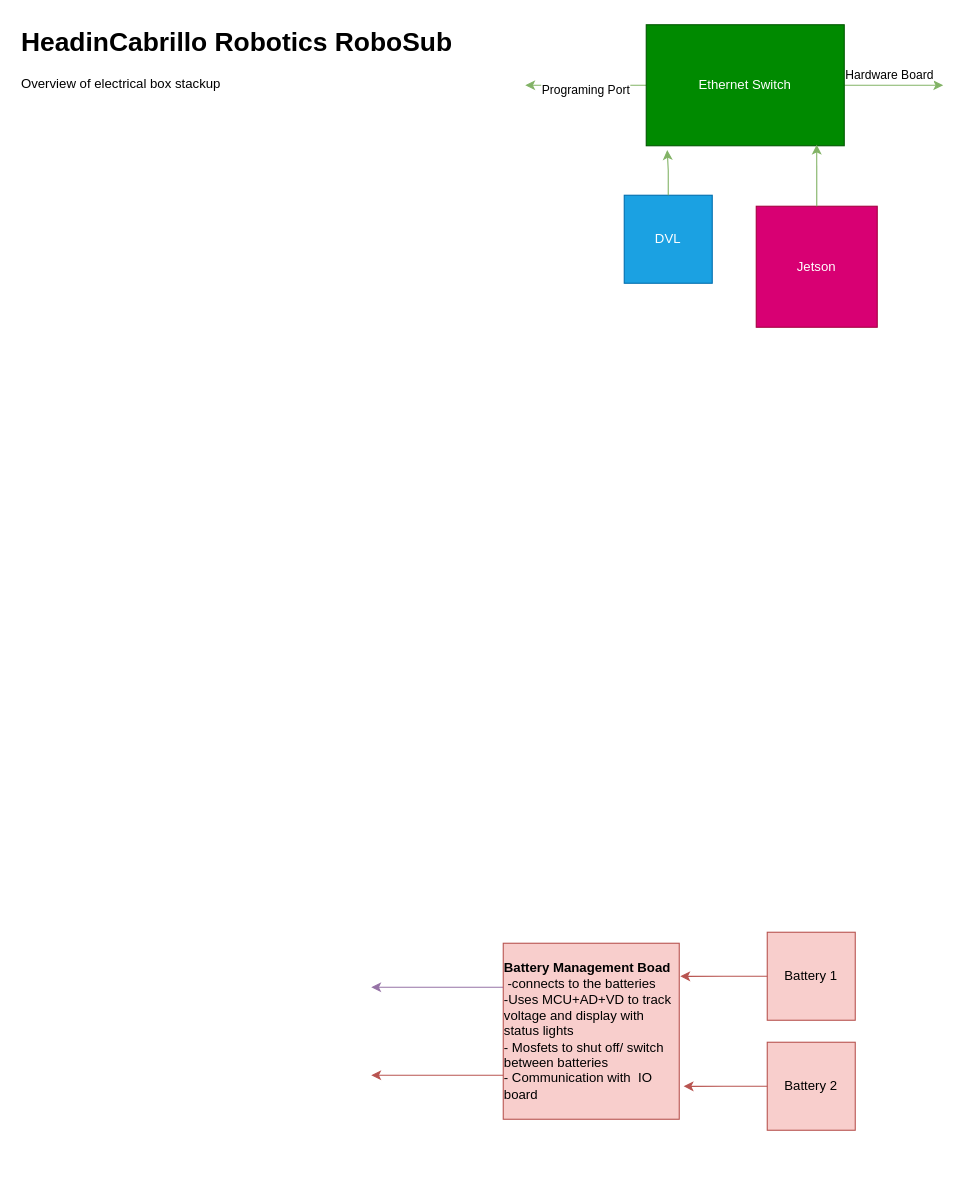
Above: page "Page-2" (2 of 2) of SID/TopLevelElectricalSID.drawio in CabrilloRoboticsClub/robosub_electrical (draw.io), before the change. Source tidied: cells renumbered, new cells numbered last; positions are measured from the earlier drawing's top-left corner, leaving out a move shared by most shapes. Both pictures are drawn from the tidied source at 110%, with x=0, y=0 at pixel (19, 19).
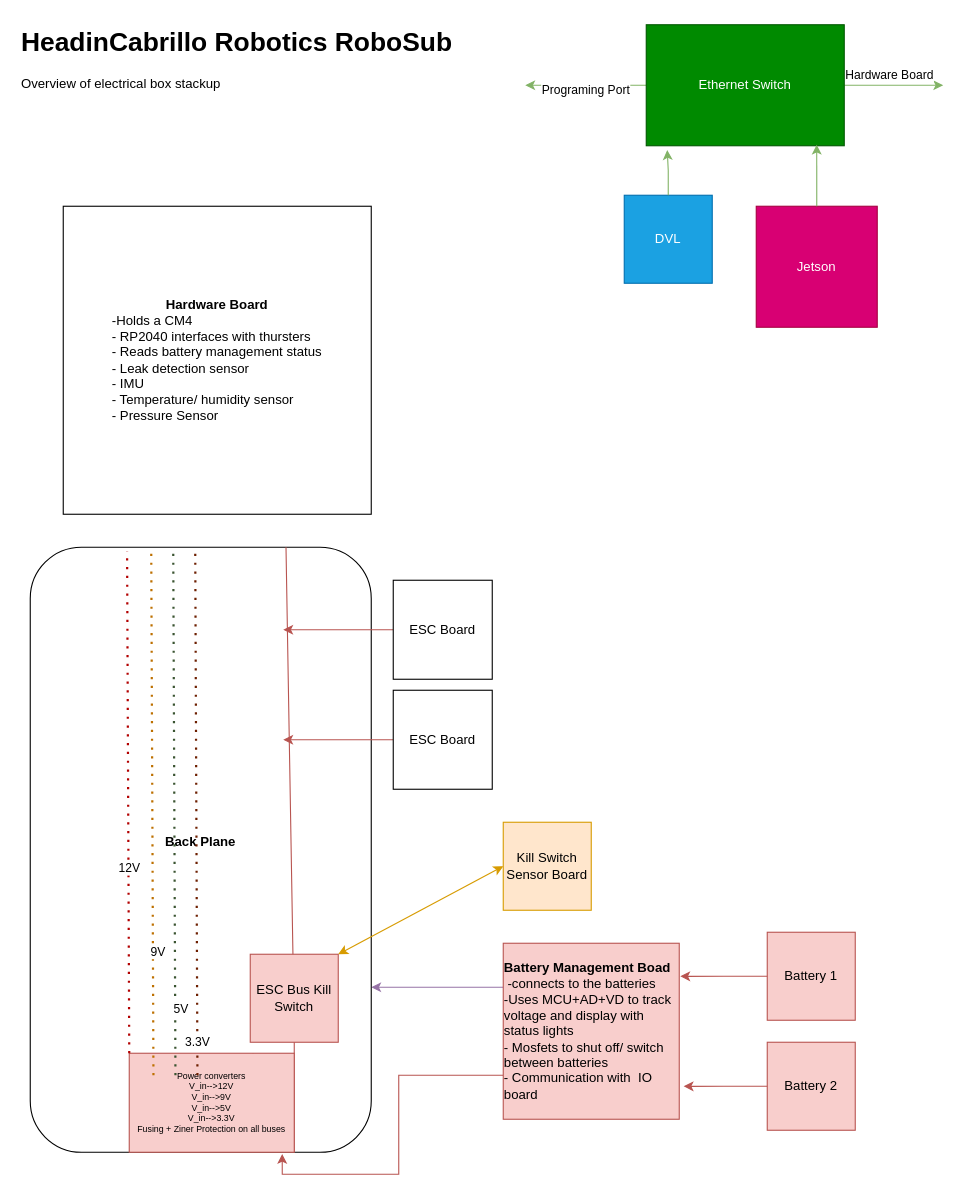
After the change.

The change refers to these unchanged cells:
```xml
<mxCell id="16" value="&lt;div align=&quot;left&quot;&gt;&lt;b&gt;Battery Management Boad&lt;/b&gt;&lt;/div&gt;&lt;div align=&quot;left&quot;&gt;&amp;nbsp;-connects to the batteries&lt;/div&gt;&lt;div align=&quot;left&quot;&gt;-Uses MCU+AD+VD to track voltage and display with status lights&lt;/div&gt;&lt;div align=&quot;left&quot;&gt;- Mosfets to shut off/ switch between batteries&lt;/div&gt;&lt;div align=&quot;left&quot;&gt;- Communication with&amp;nbsp; IO board&lt;br&gt;&lt;/div&gt;" style="whiteSpace=wrap;html=1;fillColor=#f8cecc;strokeColor=#b85450;" parent="1" vertex="1">
  <mxGeometry x="440" y="840" width="160" height="160" as="geometry" />
</mxCell>
```

The edit, as a diff of the source:
```diff
@@
-    <mxCell id="14" style="edgeStyle=orthogonalEdgeStyle;rounded=0;jettySize=auto;html=1;exitX=0;exitY=0.75;exitDx=0;exitDy=0;fillColor=#f8cecc;strokeColor=#b85450;" parent="1" edge="1" source="16">
+    <mxCell id="14" style="edgeStyle=orthogonalEdgeStyle;rounded=0;jettySize=auto;html=1;exitX=0;exitY=0.75;exitDx=0;exitDy=0;fillColor=#f8cecc;strokeColor=#b85450;entryX=0.927;entryY=1.017;entryDx=0;entryDy=0;entryPerimeter=0;" parent="1" edge="1" source="16" target="22">
       <mxGeometry relative="1" as="geometry">
-        <mxPoint x="320" y="960" as="targetPoint" />
+        <Array as="points">
+          <mxPoint x="345" y="960" />
+          <mxPoint x="345" y="1050" />
+          <mxPoint x="239" y="1050" />
+        </Array>
       </mxGeometry>
     </mxCell>
@@
+    <mxCell id="19" value="&lt;div&gt;&lt;b&gt;Back Plane&lt;/b&gt;&lt;/div&gt;&lt;div align=&quot;left&quot;&gt;&lt;b&gt;&lt;br&gt;&lt;/b&gt;&lt;/div&gt;" style="rounded=1;whiteSpace=wrap;html=1;" parent="1" vertex="1">
+      <mxGeometry x="10" y="480" width="310" height="550" as="geometry" />
+    </mxCell>
+    <mxCell id="20" style="endArrow=none;html=1;rounded=0;entryX=0.75;entryY=0;entryDx=0;entryDy=0;exitX=1;exitY=1;exitDx=0;exitDy=0;fillColor=#f8cecc;strokeColor=#b85450;" parent="1" edge="1" source="22" target="19">
+      <mxGeometry relative="1" as="geometry">
+        <Array as="points">
+          <mxPoint x="250" y="920" />
+        </Array>
+      </mxGeometry>
+    </mxCell>
+    <mxCell id="21" style="endArrow=none;html=1;rounded=0;entryX=0.75;entryY=0;entryDx=0;entryDy=0;exitX=0.75;exitY=1;exitDx=0;exitDy=0;fillColor=#f8cecc;strokeColor=#b85450;" parent="1" edge="1" source="22" target="22">
+      <mxGeometry relative="1" as="geometry" />
+    </mxCell>
+    <mxCell id="22" value="&lt;div style=&quot;font-size: 8px;&quot;&gt;&lt;font style=&quot;font-size: 8px;&quot;&gt;Power converters&lt;/font&gt;&lt;/div&gt;&lt;div style=&quot;font-size: 8px;&quot;&gt;&lt;font style=&quot;font-size: 8px;&quot;&gt;V_in--&amp;gt;12V&lt;/font&gt;&lt;/div&gt;&lt;div style=&quot;font-size: 8px;&quot;&gt;&lt;font style=&quot;font-size: 8px;&quot;&gt;V_in--&amp;gt;9V&lt;/font&gt;&lt;/div&gt;&lt;div style=&quot;font-size: 8px;&quot;&gt;&lt;font style=&quot;font-size: 8px;&quot;&gt;V_in--&amp;gt;5V&lt;/font&gt;&lt;/div&gt;&lt;div style=&quot;font-size: 8px;&quot;&gt;&lt;font style=&quot;font-size: 8px;&quot;&gt;V_in--&amp;gt;3.3V&lt;/font&gt;&lt;/div&gt;&lt;div style=&quot;font-size: 8px;&quot;&gt;&lt;font style=&quot;font-size: 8px;&quot;&gt;&lt;font style=&quot;font-size: 8px;&quot;&gt;Fusing + Ziner Protection on all buses&lt;/font&gt;&lt;font style=&quot;font-size: 8px;&quot;&gt;&lt;br&gt;&lt;/font&gt;&lt;/font&gt;&lt;/div&gt;" style="rounded=0;whiteSpace=wrap;html=1;fillColor=#f8cecc;strokeColor=#b85450;" parent="1" vertex="1">
+      <mxGeometry x="100" y="940" width="150" height="90" as="geometry" />
+    </mxCell>
+    <mxCell id="23" value="ESC Bus Kill Switch " style="whiteSpace=wrap;html=1;fillColor=#f8cecc;strokeColor=#b85450;" parent="1" vertex="1">
+      <mxGeometry x="210" y="850" width="80" height="80" as="geometry" />
+    </mxCell>
+    <mxCell id="24" value="Kill Switch Sensor Board" style="whiteSpace=wrap;html=1;fillColor=#ffe6cc;strokeColor=#d79b00;" parent="1" vertex="1">
+      <mxGeometry x="440" y="730" width="80" height="80" as="geometry" />
+    </mxCell>
+    <mxCell id="25" style="endArrow=classic;startArrow=classic;html=1;rounded=0;entryX=0;entryY=0.5;entryDx=0;entryDy=0;fillColor=#ffe6cc;strokeColor=#d79b00;" parent="1" edge="1" target="24">
+      <mxGeometry relative="1" as="geometry">
+        <mxPoint x="290" y="850" as="sourcePoint" />
+      </mxGeometry>
+    </mxCell>
+    <mxCell id="26" style="edgeStyle=orthogonalEdgeStyle;rounded=0;jettySize=auto;html=1;fillColor=#f8cecc;strokeColor=#b85450;" parent="1" edge="1" source="27">
+      <mxGeometry relative="1" as="geometry">
+        <mxPoint x="240" y="555" as="targetPoint" />
+      </mxGeometry>
+    </mxCell>
+    <mxCell id="27" value="ESC Board" style="whiteSpace=wrap;html=1;" parent="1" vertex="1">
+      <mxGeometry x="340" y="510" width="90" height="90" as="geometry" />
+    </mxCell>
+    <mxCell id="28" style="edgeStyle=orthogonalEdgeStyle;rounded=0;jettySize=auto;html=1;exitX=0;exitY=0.5;exitDx=0;exitDy=0;fillColor=#f8cecc;strokeColor=#b85450;" parent="1" edge="1" source="29">
+      <mxGeometry relative="1" as="geometry">
+        <mxPoint x="240" y="655" as="targetPoint" />
+      </mxGeometry>
+    </mxCell>
+    <mxCell id="29" value="ESC Board" style="whiteSpace=wrap;html=1;" parent="1" vertex="1">
+      <mxGeometry x="340" y="610" width="90" height="90" as="geometry" />
+    </mxCell>
+    <mxCell id="30" style="endArrow=none;dashed=1;html=1;dashPattern=1 3;strokeWidth=2;rounded=0;exitX=0;exitY=0;exitDx=0;exitDy=0;entryX=0.284;entryY=0.007;entryDx=0;entryDy=0;entryPerimeter=0;fillColor=#e51400;strokeColor=#B20000;" parent="1" edge="1" source="22" target="19">
+      <mxGeometry relative="1" as="geometry" />
+    </mxCell>
+    <mxCell id="31" value="12V" style="edgeLabel;html=1;align=center;verticalAlign=middle;" parent="30" vertex="1">
+      <mxGeometry x="-0.26" relative="1" as="geometry" />
+    </mxCell>
+    <mxCell id="32" style="endArrow=none;dashed=1;html=1;dashPattern=1 3;strokeWidth=2;rounded=0;exitX=0;exitY=0;exitDx=0;exitDy=0;entryX=0.284;entryY=0.007;entryDx=0;entryDy=0;entryPerimeter=0;fillColor=#f0a30a;strokeColor=#BD7000;" parent="1" edge="1">
+      <mxGeometry relative="1" as="geometry">
+        <mxPoint x="122" y="960" as="sourcePoint" />
+        <mxPoint x="120" y="484" as="targetPoint" />
+      </mxGeometry>
+    </mxCell>
+    <mxCell id="33" value="9V" style="edgeLabel;html=1;align=center;verticalAlign=middle;" parent="32" vertex="1">
+      <mxGeometry x="-0.53" y="-4" relative="1" as="geometry" />
+    </mxCell>
+    <mxCell id="34" style="endArrow=none;dashed=1;html=1;dashPattern=1 3;strokeWidth=2;rounded=0;exitX=0;exitY=0;exitDx=0;exitDy=0;entryX=0.284;entryY=0.007;entryDx=0;entryDy=0;entryPerimeter=0;fillColor=#6d8764;strokeColor=#3A5431;" parent="1" edge="1">
+      <mxGeometry relative="1" as="geometry">
+        <mxPoint x="142" y="960" as="sourcePoint" />
+        <mxPoint x="140" y="484" as="targetPoint" />
+      </mxGeometry>
+    </mxCell>
+    <mxCell id="35" value="5V" style="edgeLabel;html=1;align=center;verticalAlign=middle;" parent="34" vertex="1">
+      <mxGeometry x="-0.75" y="-5" relative="1" as="geometry" />
+    </mxCell>
+    <mxCell id="36" style="endArrow=none;dashed=1;html=1;dashPattern=1 3;strokeWidth=2;rounded=0;exitX=0;exitY=0;exitDx=0;exitDy=0;entryX=0.284;entryY=0.007;entryDx=0;entryDy=0;entryPerimeter=0;fillColor=#a0522d;strokeColor=#6D1F00;" parent="1" edge="1">
+      <mxGeometry relative="1" as="geometry">
+        <mxPoint x="162" y="960" as="sourcePoint" />
+        <mxPoint x="160" y="484" as="targetPoint" />
+      </mxGeometry>
+    </mxCell>
+    <mxCell id="37" value="3.3V" style="edgeLabel;html=1;align=center;verticalAlign=middle;" parent="36" vertex="1">
+      <mxGeometry x="-0.87" relative="1" as="geometry" />
+    </mxCell>
+    <mxCell id="38" value="&lt;div&gt;&lt;b&gt;Hardware Board&lt;/b&gt;&lt;/div&gt;&lt;div align=&quot;left&quot;&gt;-Holds a CM4&lt;/div&gt;&lt;div align=&quot;left&quot;&gt;- RP2040 interfaces with thursters&lt;/div&gt;&lt;div align=&quot;left&quot;&gt;- Reads battery management status&lt;/div&gt;&lt;div align=&quot;left&quot;&gt;- Leak detection sensor&lt;/div&gt;&lt;div align=&quot;left&quot;&gt;- IMU&lt;/div&gt;&lt;div align=&quot;left&quot;&gt;- Temperature/ humidity sensor &lt;br&gt;&lt;/div&gt;&lt;div align=&quot;left&quot;&gt;- Pressure Sensor&lt;br&gt;&lt;/div&gt;" style="whiteSpace=wrap;html=1;" parent="1" vertex="1">
+      <mxGeometry x="40" y="170" width="280" height="280" as="geometry" />
+    </mxCell>
```
